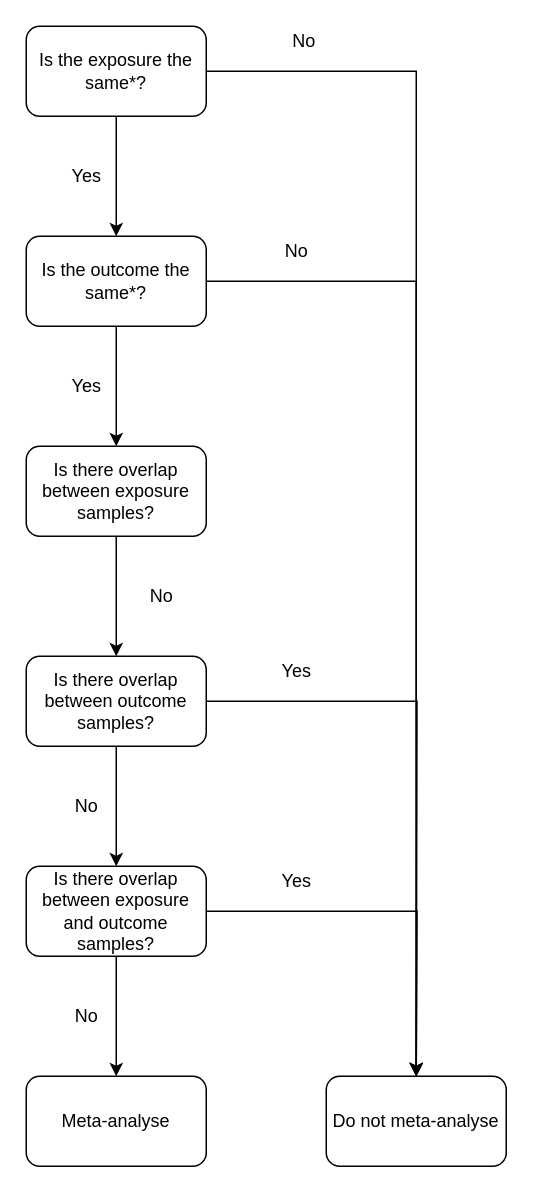
Above: index/data/SR/figures/meta_analysis_flowchart.drawio in mattlee821/000_thesis (draw.io), before the change. Source tidied: cells renumbered, new cells numbered last; positions are measured from the earlier drawing's top-left corner, leaving out a move shared by most shapes. Both pictures are drawn from the tidied source at 150%, with x=0, y=0 at pixel (26, 26).
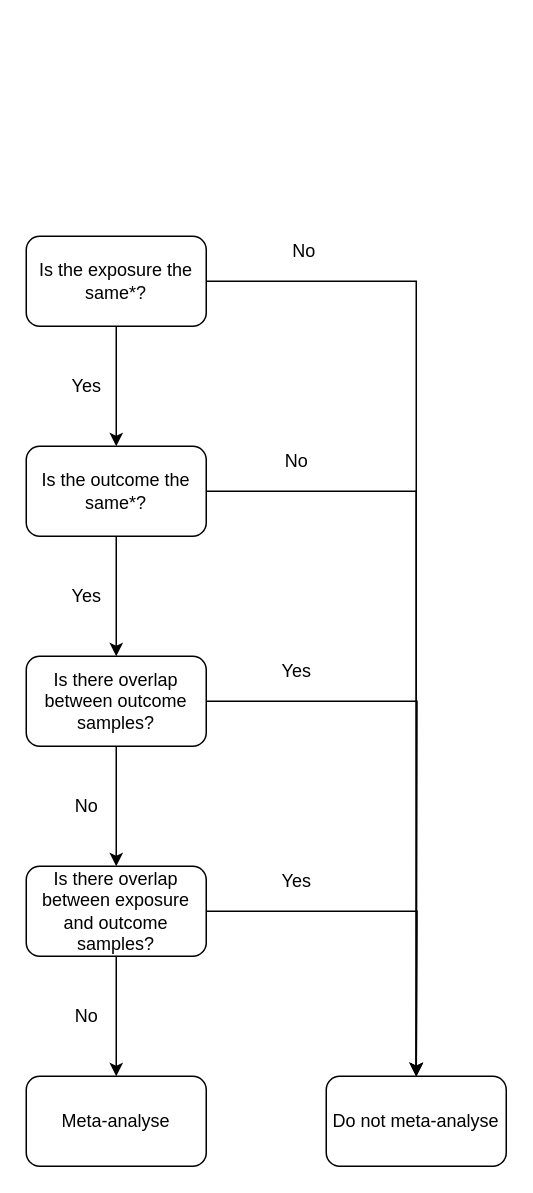
Above is the later version.

The change refers to these unchanged cells:
```xml
<mxCell id="12" value="Is there overlap between outcome samples?" style="rounded=1;whiteSpace=wrap;html=1;" parent="1" vertex="1">
  <mxGeometry y="420" width="120" height="60" as="geometry" />
</mxCell>
<mxCell id="26" value="Do not meta-analyse" style="rounded=1;whiteSpace=wrap;html=1;" parent="1" vertex="1">
  <mxGeometry x="200" y="700" width="120" height="60" as="geometry" />
</mxCell>
```

The edit, as a diff of the source:
```diff
@@
     <mxCell id="2" style="edgeStyle=orthogonalEdgeStyle;rounded=0;jettySize=auto;html=1;entryX=0.5;entryY=0;entryDx=0;entryDy=0;" parent="1" edge="1" source="4" target="26">
       <mxGeometry relative="1" as="geometry">
         <Array as="points">
-          <mxPoint x="260" y="30" />
+          <mxPoint x="260" y="170" />
         </Array>
       </mxGeometry>
     </mxCell>
@@
     <mxCell id="4" value="Is the exposure the same*?" style="rounded=1;whiteSpace=wrap;html=1;" parent="1" vertex="1">
-      <mxGeometry width="120" height="60" as="geometry" />
+      <mxGeometry y="140" width="120" height="60" as="geometry" />
     </mxCell>
-    <mxCell id="5" style="edgeStyle=orthogonalEdgeStyle;rounded=0;jettySize=auto;html=1;" parent="1" edge="1" source="7" target="9">
-      <mxGeometry relative="1" as="geometry" />
+    <mxCell id="5" style="edgeStyle=orthogonalEdgeStyle;rounded=0;jettySize=auto;html=1;" parent="1" edge="1" source="7">
+      <mxGeometry relative="1" as="geometry">
+        <mxPoint x="60" y="420" as="targetPoint" />
+      </mxGeometry>
     </mxCell>
@@
     <mxCell id="7" value="Is the outcome the same*?" style="rounded=1;whiteSpace=wrap;html=1;" parent="1" vertex="1">
-      <mxGeometry y="140" width="120" height="60" as="geometry" />
+      <mxGeometry y="280" width="120" height="60" as="geometry" />
     </mxCell>
-    <mxCell id="8" style="edgeStyle=orthogonalEdgeStyle;rounded=0;jettySize=auto;html=1;" parent="1" edge="1" source="9" target="12">
-      <mxGeometry relative="1" as="geometry" />
-    </mxCell>
-    <mxCell id="9" value="Is there overlap between exposure samples?" style="rounded=1;whiteSpace=wrap;html=1;" parent="1" vertex="1">
-      <mxGeometry y="280" width="120" height="60" as="geometry" />
-    </mxCell>
@@
     <mxCell id="17" value="Yes" style="text;html=1;align=center;verticalAlign=middle;" parent="1" vertex="1">
-      <mxGeometry x="20" y="90" width="40" height="20" as="geometry" />
+      <mxGeometry x="20" y="230" width="40" height="20" as="geometry" />
     </mxCell>
     <mxCell id="18" value="Yes" style="text;html=1;align=center;verticalAlign=middle;" parent="1" vertex="1">
-      <mxGeometry x="20" y="230" width="40" height="20" as="geometry" />
+      <mxGeometry x="20" y="370" width="40" height="20" as="geometry" />
     </mxCell>
@@
     <mxCell id="23" value="No" style="text;html=1;align=center;verticalAlign=middle;" parent="1" vertex="1">
-      <mxGeometry x="165" y="140" width="30" height="20" as="geometry" />
+      <mxGeometry x="165" y="280" width="30" height="20" as="geometry" />
     </mxCell>
     <mxCell id="24" value="No" style="text;html=1;align=center;verticalAlign=middle;" parent="1" vertex="1">
-      <mxGeometry x="170" width="30" height="20" as="geometry" />
+      <mxGeometry x="170" y="140" width="30" height="20" as="geometry" />
     </mxCell>
-    <mxCell id="25" value="No" style="text;html=1;align=center;verticalAlign=middle;" parent="1" vertex="1">
-      <mxGeometry x="75" y="370" width="30" height="20" as="geometry" />
-    </mxCell>
```
